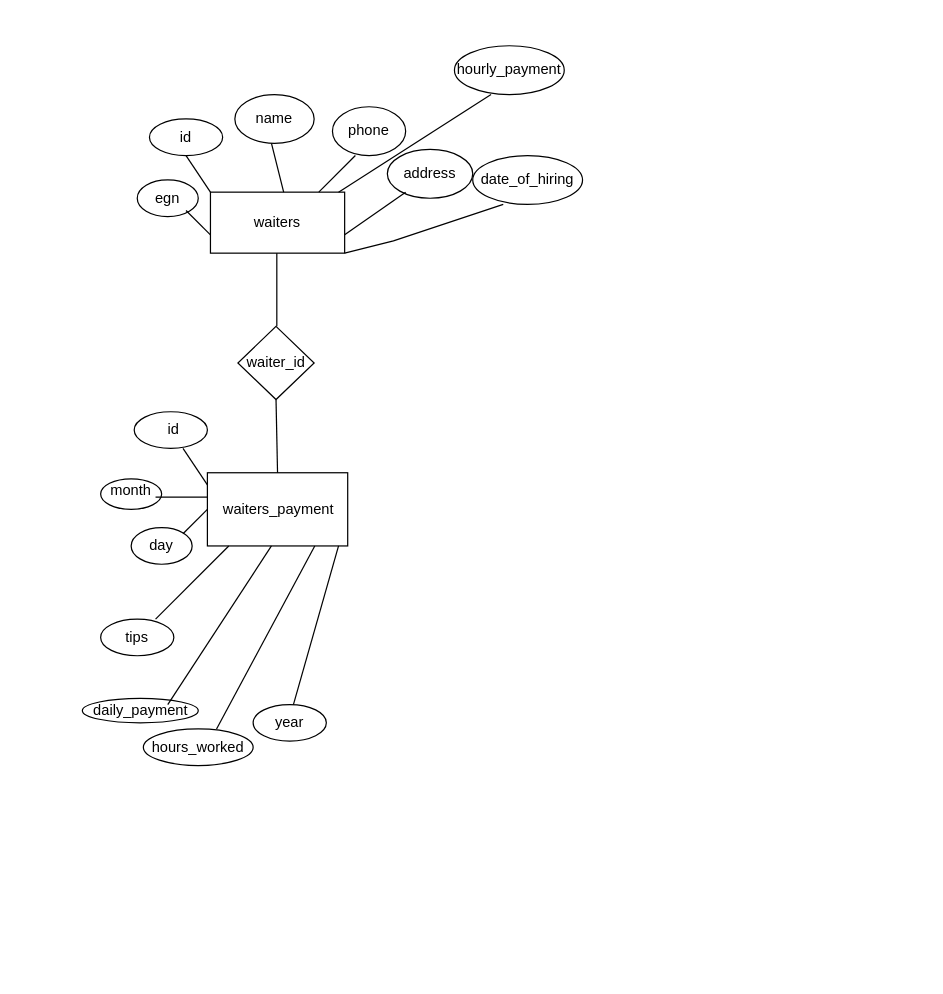
Earlier version of the draw.io diagram DBProject_ER.drawio (v-petrov/DBProject). Source tidied: cells renumbered, new cells numbered last; positions are measured from the earlier drawing's top-left corner, leaving out a move shared by most shapes. Both pictures are drawn from the tidied source at 122%, with x=0, y=0 at pixel (82, 45).
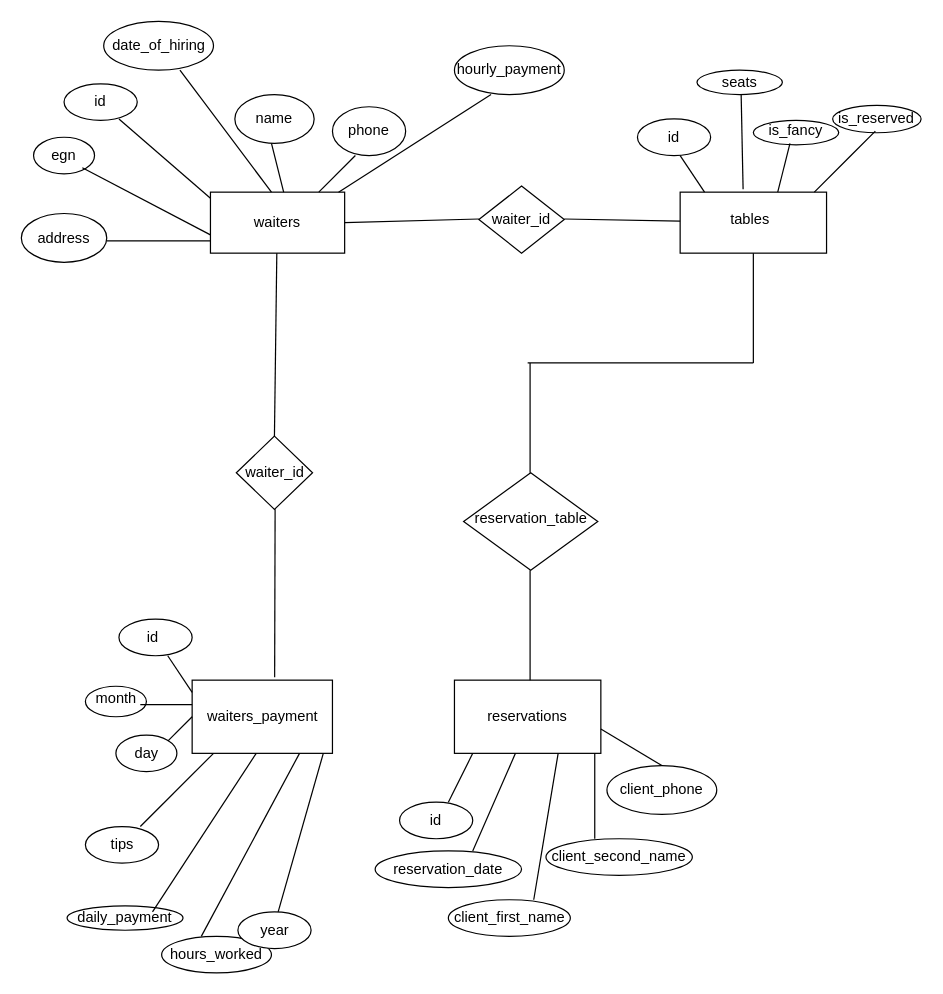
The same diagram, later.

Commit message:
tables and reservations update

Unchanged cells that the change refers to:
```xml
<mxCell id="2" style="rounded=0;whiteSpace=wrap;html=1;" parent="1" vertex="1">
  <mxGeometry x="105" y="120" width="110" height="50" as="geometry" />
</mxCell>
```

What changed in the source:
```diff
@@
     <mxCell id="4" style="endArrow=none;html=1;rounded=0;" parent="1" edge="1">
       <mxGeometry relative="1" as="geometry">
-        <mxPoint x="105" y="120" as="sourcePoint" />
-        <mxPoint x="85" y="90" as="targetPoint" />
+        <mxPoint x="105" y="125" as="sourcePoint" />
+        <mxPoint x="30" y="60" as="targetPoint" />
       </mxGeometry>
     </mxCell>
     <mxCell id="5" style="ellipse;whiteSpace=wrap;html=1;" parent="1" vertex="1">
-      <mxGeometry x="55" y="60" width="60" height="30" as="geometry" />
+      <mxGeometry x="-15" y="31.2" width="60" height="30" as="geometry" />
     </mxCell>
     <mxCell id="6" value="id" style="text;html=1;strokeColor=none;fillColor=none;align=center;verticalAlign=middle;whiteSpace=wrap;rounded=0;" parent="1" vertex="1">
-      <mxGeometry x="55" y="60" width="60" height="30" as="geometry" />
+      <mxGeometry x="-15" y="31.2" width="60" height="30" as="geometry" />
     </mxCell>
@@
     <mxCell id="9" style="ellipse;whiteSpace=wrap;html=1;" parent="1" vertex="1">
-      <mxGeometry x="45" y="110" width="50" height="30" as="geometry" />
+      <mxGeometry x="-40" y="75" width="50" height="30" as="geometry" />
     </mxCell>
     <mxCell id="10" style="ellipse;whiteSpace=wrap;html=1;" parent="1" vertex="1">
-      <mxGeometry x="250" y="85" width="70" height="40" as="geometry" />
+      <mxGeometry x="-50" y="137.5" width="70" height="40" as="geometry" />
     </mxCell>
     <mxCell id="11" style="ellipse;whiteSpace=wrap;html=1;" parent="1" vertex="1">
-      <mxGeometry x="320" y="90" width="90" height="40" as="geometry" />
+      <mxGeometry x="17.5" y="-20" width="90" height="40" as="geometry" />
     </mxCell>
@@
     <mxCell id="14" value="egn" style="text;html=1;strokeColor=none;fillColor=none;align=center;verticalAlign=middle;whiteSpace=wrap;rounded=0;" parent="1" vertex="1">
-      <mxGeometry x="40" y="112.5" width="60" height="25" as="geometry" />
+      <mxGeometry x="-45" y="77.5" width="60" height="25" as="geometry" />
     </mxCell>
@@
     <mxCell id="16" value="address" style="text;html=1;strokeColor=none;fillColor=none;align=center;verticalAlign=middle;whiteSpace=wrap;rounded=0;" parent="1" vertex="1">
-      <mxGeometry x="255" y="90" width="60" height="30" as="geometry" />
+      <mxGeometry x="-45" y="142.5" width="60" height="30" as="geometry" />
     </mxCell>
     <mxCell id="17" value="date_of_hiring" style="text;html=1;strokeColor=none;fillColor=none;align=center;verticalAlign=middle;whiteSpace=wrap;rounded=0;" parent="1" vertex="1">
-      <mxGeometry x="335" y="95" width="60" height="30" as="geometry" />
+      <mxGeometry x="32.5" y="-15" width="60" height="30" as="geometry" />
     </mxCell>
@@
     <mxCell id="21" style="endArrow=none;html=1;rounded=0;" parent="1" edge="1">
       <mxGeometry relative="1" as="geometry">
         <mxPoint x="105" y="155" as="sourcePoint" />
-        <mxPoint x="85" y="135" as="targetPoint" />
+        <mxPoint y="100" as="targetPoint" />
       </mxGeometry>
     </mxCell>
     <mxCell id="22" style="endArrow=none;html=1;rounded=0;" parent="1" edge="1">
       <mxGeometry relative="1" as="geometry">
-        <mxPoint x="215" y="155" as="sourcePoint" />
-        <mxPoint x="265" y="120" as="targetPoint" />
+        <mxPoint x="50" y="160" as="sourcePoint" />
+        <mxPoint x="105" y="160" as="targetPoint" />
+        <Array as="points">
+          <mxPoint x="20" y="160" />
+          <mxPoint x="50" y="160" />
+        </Array>
       </mxGeometry>
     </mxCell>
     <mxCell id="23" style="endArrow=none;html=1;rounded=0;" parent="1" edge="1">
       <mxGeometry relative="1" as="geometry">
-        <mxPoint x="215" y="170" as="sourcePoint" />
-        <mxPoint x="345" y="130" as="targetPoint" />
-        <Array as="points">
-          <mxPoint x="255" y="160" />
-        </Array>
+        <mxPoint x="80" y="20" as="sourcePoint" />
+        <mxPoint x="155" y="120" as="targetPoint" />
       </mxGeometry>
     </mxCell>
@@
     <mxCell id="25" style="rounded=0;whiteSpace=wrap;html=1;" parent="1" vertex="1">
-      <mxGeometry x="102.5" y="350" width="115" height="60" as="geometry" />
+      <mxGeometry x="90" y="520" width="115" height="60" as="geometry" />
     </mxCell>
     <mxCell id="26" value="waiters_payment" style="text;html=1;strokeColor=none;fillColor=none;align=center;verticalAlign=middle;whiteSpace=wrap;rounded=0;" parent="1" vertex="1">
-      <mxGeometry x="130.5" y="365" width="60" height="30" as="geometry" />
+      <mxGeometry x="118" y="535" width="60" height="30" as="geometry" />
     </mxCell>
     <mxCell id="27" style="rhombus;whiteSpace=wrap;html=1;" parent="1" vertex="1">
-      <mxGeometry x="127.5" y="230" width="62.5" height="60" as="geometry" />
+      <mxGeometry x="126.2" y="320" width="62.5" height="60" as="geometry" />
     </mxCell>
     <mxCell id="28" value="waiter_id" style="text;html=1;strokeColor=none;fillColor=none;align=center;verticalAlign=middle;whiteSpace=wrap;rounded=0;" parent="1" vertex="1">
-      <mxGeometry x="128.8" y="245" width="60" height="30" as="geometry" />
+      <mxGeometry x="127.5" y="335" width="60" height="30" as="geometry" />
     </mxCell>
-    <mxCell id="29" style="endArrow=none;html=1;rounded=0;" parent="1" edge="1">
+    <mxCell id="29" style="endArrow=none;html=1;rounded=0;exitX=0.5;exitY=0;exitDx=0;exitDy=0;" parent="1" edge="1" source="27">
       <mxGeometry relative="1" as="geometry">
-        <mxPoint x="159.4" y="230" as="sourcePoint" />
         <mxPoint x="159.4" y="170" as="targetPoint" />
       </mxGeometry>
     </mxCell>
-    <mxCell id="30" style="endArrow=none;html=1;rounded=0;entryX=0.5;entryY=1;entryDx=0;entryDy=0;" parent="1" edge="1" target="27">
+    <mxCell id="30" style="endArrow=none;html=1;rounded=0;exitX=0.588;exitY=-0.04;exitDx=0;exitDy=0;exitPerimeter=0;" parent="1" edge="1" source="25">
       <mxGeometry relative="1" as="geometry">
-        <mxPoint x="160" y="350" as="sourcePoint" />
+        <mxPoint x="158" y="380" as="targetPoint" />
       </mxGeometry>
     </mxCell>
     <mxCell id="31" style="ellipse;whiteSpace=wrap;html=1;" parent="1" vertex="1">
-      <mxGeometry x="50" y="560" width="90" height="30" as="geometry" />
+      <mxGeometry x="65" y="730" width="90" height="30" as="geometry" />
     </mxCell>
     <mxCell id="32" style="ellipse;whiteSpace=wrap;html=1;" parent="1" vertex="1">
-      <mxGeometry y="535" width="95" height="20" as="geometry" />
+      <mxGeometry x="-12.5" y="705" width="95" height="20" as="geometry" />
     </mxCell>
     <mxCell id="33" style="ellipse;whiteSpace=wrap;html=1;" parent="1" vertex="1">
-      <mxGeometry x="40" y="395" width="50" height="30" as="geometry" />
+      <mxGeometry x="27.5" y="565" width="50" height="30" as="geometry" />
     </mxCell>
     <mxCell id="34" style="ellipse;whiteSpace=wrap;html=1;" parent="1" vertex="1">
-      <mxGeometry x="140" y="540" width="60" height="30" as="geometry" />
+      <mxGeometry x="127.5" y="710" width="60" height="30" as="geometry" />
     </mxCell>
     <mxCell id="35" style="ellipse;whiteSpace=wrap;html=1;" parent="1" vertex="1">
-      <mxGeometry x="15" y="355" width="50" height="25" as="geometry" />
+      <mxGeometry x="2.5" y="525" width="50" height="25" as="geometry" />
     </mxCell>
     <mxCell id="36" style="ellipse;whiteSpace=wrap;html=1;" parent="1" vertex="1">
-      <mxGeometry x="15" y="470" width="60" height="30" as="geometry" />
+      <mxGeometry x="2.5" y="640" width="60" height="30" as="geometry" />
     </mxCell>
     <mxCell id="37" style="ellipse;whiteSpace=wrap;html=1;" parent="1" vertex="1">
-      <mxGeometry x="42.5" y="300" width="60" height="30" as="geometry" />
+      <mxGeometry x="30" y="470" width="60" height="30" as="geometry" />
     </mxCell>
     <mxCell id="38" value="id" style="text;html=1;strokeColor=none;fillColor=none;align=center;verticalAlign=middle;whiteSpace=wrap;rounded=0;" parent="1" vertex="1">
-      <mxGeometry x="45" y="300" width="60" height="30" as="geometry" />
+      <mxGeometry x="27.5" y="470" width="60" height="30" as="geometry" />
     </mxCell>
     <mxCell id="39" style="endArrow=none;html=1;rounded=0;" parent="1" edge="1">
       <mxGeometry relative="1" as="geometry">
-        <mxPoint x="102.5" y="360" as="sourcePoint" />
-        <mxPoint x="82.5" y="330" as="targetPoint" />
+        <mxPoint x="90" y="530" as="sourcePoint" />
+        <mxPoint x="70" y="500" as="targetPoint" />
       </mxGeometry>
     </mxCell>
     <mxCell id="40" value="month&lt;br&gt;" style="text;html=1;strokeColor=none;fillColor=none;align=center;verticalAlign=middle;whiteSpace=wrap;rounded=0;" parent="1" vertex="1">
-      <mxGeometry x="10" y="350" width="60" height="30" as="geometry" />
+      <mxGeometry x="-2.5" y="520" width="60" height="30" as="geometry" />
     </mxCell>
     <mxCell id="41" value="year" style="text;html=1;strokeColor=none;fillColor=none;align=center;verticalAlign=middle;whiteSpace=wrap;rounded=0;" parent="1" vertex="1">
-      <mxGeometry x="140" y="540" width="60" height="30" as="geometry" />
+      <mxGeometry x="127.5" y="710" width="60" height="30" as="geometry" />
     </mxCell>
     <mxCell id="42" value="day&lt;br&gt;" style="text;html=1;strokeColor=none;fillColor=none;align=center;verticalAlign=middle;whiteSpace=wrap;rounded=0;" parent="1" vertex="1">
-      <mxGeometry x="35" y="395" width="60" height="30" as="geometry" />
+      <mxGeometry x="22.5" y="565" width="60" height="30" as="geometry" />
     </mxCell>
     <mxCell id="43" value="tips" style="text;html=1;strokeColor=none;fillColor=none;align=center;verticalAlign=middle;whiteSpace=wrap;rounded=0;" parent="1" vertex="1">
-      <mxGeometry x="15" y="470" width="60" height="30" as="geometry" />
+      <mxGeometry x="2.5" y="640" width="60" height="30" as="geometry" />
     </mxCell>
     <mxCell id="44" value="hours_worked" style="text;html=1;strokeColor=none;fillColor=none;align=center;verticalAlign=middle;whiteSpace=wrap;rounded=0;" parent="1" vertex="1">
-      <mxGeometry x="65" y="560" width="60" height="30" as="geometry" />
+      <mxGeometry x="80" y="730" width="60" height="30" as="geometry" />
     </mxCell>
     <mxCell id="45" value="daily_payment" style="text;html=1;strokeColor=none;fillColor=none;align=center;verticalAlign=middle;whiteSpace=wrap;rounded=0;" parent="1" vertex="1">
-      <mxGeometry x="17.5" y="530" width="60" height="30" as="geometry" />
+      <mxGeometry x="5" y="700" width="60" height="30" as="geometry" />
     </mxCell>
     <mxCell id="46" style="endArrow=none;html=1;rounded=0;" parent="1" edge="1">
       <mxGeometry relative="1" as="geometry">
-        <mxPoint x="82.5" y="400" as="sourcePoint" />
-        <mxPoint x="102.5" y="380" as="targetPoint" />
+        <mxPoint x="70" y="570" as="sourcePoint" />
+        <mxPoint x="90" y="550" as="targetPoint" />
       </mxGeometry>
     </mxCell>
     <mxCell id="47" style="endArrow=none;html=1;rounded=0;" parent="1" edge="1">
       <mxGeometry relative="1" as="geometry">
-        <mxPoint x="60" y="470" as="sourcePoint" />
-        <mxPoint x="120" y="410" as="targetPoint" />
+        <mxPoint x="47.5" y="640" as="sourcePoint" />
+        <mxPoint x="107.5" y="580" as="targetPoint" />
       </mxGeometry>
     </mxCell>
     <mxCell id="48" style="endArrow=none;html=1;rounded=0;" parent="1" edge="1">
       <mxGeometry relative="1" as="geometry">
-        <mxPoint x="70" y="540" as="sourcePoint" />
-        <mxPoint x="155" y="410" as="targetPoint" />
+        <mxPoint x="57.5" y="710" as="sourcePoint" />
+        <mxPoint x="142.5" y="580" as="targetPoint" />
       </mxGeometry>
     </mxCell>
     <mxCell id="49" style="endArrow=none;html=1;rounded=0;" parent="1" edge="1">
       <mxGeometry relative="1" as="geometry">
-        <mxPoint x="173" y="540" as="sourcePoint" />
-        <mxPoint x="210" y="410" as="targetPoint" />
+        <mxPoint x="160.5" y="710" as="sourcePoint" />
+        <mxPoint x="197.5" y="580" as="targetPoint" />
       </mxGeometry>
     </mxCell>
     <mxCell id="50" style="endArrow=none;html=1;rounded=0;" parent="1" edge="1">
       <mxGeometry relative="1" as="geometry">
-        <mxPoint x="110" y="560" as="sourcePoint" />
-        <mxPoint x="190.5" y="410" as="targetPoint" />
+        <mxPoint x="97.5" y="730" as="sourcePoint" />
+        <mxPoint x="178" y="580" as="targetPoint" />
       </mxGeometry>
     </mxCell>
     <mxCell id="51" style="endArrow=none;html=1;rounded=0;" parent="1" edge="1">
       <mxGeometry relative="1" as="geometry">
-        <mxPoint x="60" y="370" as="sourcePoint" />
-        <mxPoint x="102.5" y="370" as="targetPoint" />
+        <mxPoint x="47.5" y="540" as="sourcePoint" />
+        <mxPoint x="90" y="540" as="targetPoint" />
       </mxGeometry>
     </mxCell>
+    <mxCell id="52" style="rounded=0;whiteSpace=wrap;html=1;" parent="1" vertex="1">
+      <mxGeometry x="490" y="120" width="120" height="50" as="geometry" />
+    </mxCell>
+    <mxCell id="53" value="tables" style="text;html=1;strokeColor=none;fillColor=none;align=center;verticalAlign=middle;whiteSpace=wrap;rounded=0;" parent="1" vertex="1">
+      <mxGeometry x="515" y="130" width="65" height="25" as="geometry" />
+    </mxCell>
+    <mxCell id="54" style="ellipse;whiteSpace=wrap;html=1;" parent="1" vertex="1">
+      <mxGeometry x="455" y="60" width="60" height="30" as="geometry" />
+    </mxCell>
+    <mxCell id="55" value="id" style="text;html=1;strokeColor=none;fillColor=none;align=center;verticalAlign=middle;whiteSpace=wrap;rounded=0;" parent="1" vertex="1">
+      <mxGeometry x="455" y="60" width="60" height="30" as="geometry" />
+    </mxCell>
+    <mxCell id="56" style="endArrow=none;html=1;rounded=0;" parent="1" edge="1">
+      <mxGeometry relative="1" as="geometry">
+        <mxPoint x="510" y="120" as="sourcePoint" />
+        <mxPoint x="490" y="90" as="targetPoint" />
+      </mxGeometry>
+    </mxCell>
+    <mxCell id="57" style="ellipse;whiteSpace=wrap;html=1;" parent="1" vertex="1">
+      <mxGeometry x="503.8" y="20" width="70" height="20" as="geometry" />
+    </mxCell>
+    <mxCell id="58" style="ellipse;whiteSpace=wrap;html=1;" parent="1" vertex="1">
+      <mxGeometry x="550" y="61.2" width="70" height="20" as="geometry" />
+    </mxCell>
+    <mxCell id="59" style="ellipse;whiteSpace=wrap;html=1;direction=south;" parent="1" vertex="1">
+      <mxGeometry x="615" y="48.8" width="72.5" height="22.5" as="geometry" />
+    </mxCell>
+    <mxCell id="60" value="seats" style="text;html=1;strokeColor=none;fillColor=none;align=center;verticalAlign=middle;whiteSpace=wrap;rounded=0;" parent="1" vertex="1">
+      <mxGeometry x="508.8" y="15" width="60" height="30" as="geometry" />
+    </mxCell>
+    <mxCell id="61" value="is_reserved" style="text;html=1;strokeColor=none;fillColor=none;align=center;verticalAlign=middle;whiteSpace=wrap;rounded=0;" parent="1" vertex="1">
+      <mxGeometry x="621.2" y="45" width="60" height="30" as="geometry" />
+    </mxCell>
+    <mxCell id="62" value="is_fancy&lt;br&gt;" style="text;html=1;strokeColor=none;fillColor=none;align=center;verticalAlign=middle;whiteSpace=wrap;rounded=0;" parent="1" vertex="1">
+      <mxGeometry x="555" y="55" width="60" height="30" as="geometry" />
+    </mxCell>
+    <mxCell id="63" style="endArrow=none;html=1;rounded=0;" parent="1" edge="1">
+      <mxGeometry relative="1" as="geometry">
+        <mxPoint x="570" y="120" as="sourcePoint" />
+        <mxPoint x="580" y="80" as="targetPoint" />
+        <Array as="points">
+          <mxPoint x="570" y="120" />
+        </Array>
+      </mxGeometry>
+    </mxCell>
+    <mxCell id="64" style="endArrow=none;html=1;rounded=0;exitX=0.43;exitY=-0.048;exitDx=0;exitDy=0;exitPerimeter=0;" parent="1" edge="1" source="52">
+      <mxGeometry relative="1" as="geometry">
+        <mxPoint x="540" y="40" as="targetPoint" />
+      </mxGeometry>
+    </mxCell>
+    <mxCell id="65" style="endArrow=none;html=1;rounded=0;" parent="1" edge="1">
+      <mxGeometry relative="1" as="geometry">
+        <mxPoint x="600" y="120" as="sourcePoint" />
+        <mxPoint x="630" y="90" as="targetPoint" />
+        <Array as="points">
+          <mxPoint x="630" y="90" />
+          <mxPoint x="650" y="70" />
+        </Array>
+      </mxGeometry>
+    </mxCell>
+    <mxCell id="66" style="rhombus;whiteSpace=wrap;html=1;" parent="1" vertex="1">
+      <mxGeometry x="325" y="115" width="70" height="55" as="geometry" />
+    </mxCell>
+    <mxCell id="67" value="waiter_id&lt;br&gt;" style="text;html=1;strokeColor=none;fillColor=none;align=center;verticalAlign=middle;whiteSpace=wrap;rounded=0;" parent="1" vertex="1">
+      <mxGeometry x="330" y="127.5" width="60" height="30" as="geometry" />
+    </mxCell>
+    <mxCell id="68" style="endArrow=none;html=1;rounded=0;exitX=1;exitY=0.5;exitDx=0;exitDy=0;" parent="1" edge="1" source="2">
+      <mxGeometry relative="1" as="geometry">
+        <mxPoint x="325" y="142" as="targetPoint" />
+      </mxGeometry>
+    </mxCell>
+    <mxCell id="69" style="endArrow=none;html=1;rounded=0;" parent="1" edge="1" target="52">
+      <mxGeometry relative="1" as="geometry">
+        <mxPoint x="395" y="142" as="sourcePoint" />
+      </mxGeometry>
+    </mxCell>
+    <mxCell id="70" style="rounded=0;whiteSpace=wrap;html=1;" parent="1" vertex="1">
+      <mxGeometry x="305" y="520" width="120" height="60" as="geometry" />
+    </mxCell>
+    <mxCell id="71" value="reservations&lt;br&gt;" style="text;html=1;strokeColor=none;fillColor=none;align=center;verticalAlign=middle;whiteSpace=wrap;rounded=0;" parent="1" vertex="1">
+      <mxGeometry x="335" y="535" width="60" height="30" as="geometry" />
+    </mxCell>
+    <mxCell id="72" style="ellipse;whiteSpace=wrap;html=1;" parent="1" vertex="1">
+      <mxGeometry x="260" y="620" width="60" height="30" as="geometry" />
+    </mxCell>
+    <mxCell id="73" value="id" style="text;html=1;strokeColor=none;fillColor=none;align=center;verticalAlign=middle;whiteSpace=wrap;rounded=0;" parent="1" vertex="1">
+      <mxGeometry x="260" y="620" width="60" height="30" as="geometry" />
+    </mxCell>
+    <mxCell id="74" style="endArrow=none;html=1;rounded=0;" parent="1" edge="1">
+      <mxGeometry relative="1" as="geometry">
+        <mxPoint x="300" y="620" as="sourcePoint" />
+        <mxPoint x="320" y="580" as="targetPoint" />
+      </mxGeometry>
+    </mxCell>
+    <mxCell id="75" style="ellipse;whiteSpace=wrap;html=1;" parent="1" vertex="1">
+      <mxGeometry x="430" y="590" width="90" height="40" as="geometry" />
+    </mxCell>
+    <mxCell id="76" style="ellipse;whiteSpace=wrap;html=1;" parent="1" vertex="1">
+      <mxGeometry x="300" y="700" width="100" height="30" as="geometry" />
+    </mxCell>
+    <mxCell id="77" style="ellipse;whiteSpace=wrap;html=1;" parent="1" vertex="1">
+      <mxGeometry x="380" y="650" width="120" height="30" as="geometry" />
+    </mxCell>
+    <mxCell id="78" style="ellipse;whiteSpace=wrap;html=1;" parent="1" vertex="1">
+      <mxGeometry x="240" y="660" width="120" height="30" as="geometry" />
+    </mxCell>
+    <mxCell id="79" value="client_phone" style="text;html=1;strokeColor=none;fillColor=none;align=center;verticalAlign=middle;whiteSpace=wrap;rounded=0;" parent="1" vertex="1">
+      <mxGeometry x="445" y="595" width="60" height="30" as="geometry" />
+    </mxCell>
+    <mxCell id="80" value="client_second_name" style="text;html=1;strokeColor=none;fillColor=none;align=center;verticalAlign=middle;whiteSpace=wrap;rounded=0;" parent="1" vertex="1">
+      <mxGeometry x="410" y="650" width="60" height="30" as="geometry" />
+    </mxCell>
+    <mxCell id="81" value="client_first_name" style="text;html=1;strokeColor=none;fillColor=none;align=center;verticalAlign=middle;whiteSpace=wrap;rounded=0;" parent="1" vertex="1">
+      <mxGeometry x="312.5" y="700" width="75" height="30" as="geometry" />
+    </mxCell>
+    <mxCell id="82" value="reservation_date" style="text;html=1;strokeColor=none;fillColor=none;align=center;verticalAlign=middle;whiteSpace=wrap;rounded=0;" parent="1" vertex="1">
+      <mxGeometry x="270" y="660" width="60" height="30" as="geometry" />
+    </mxCell>
+    <mxCell id="83" style="endArrow=none;html=1;rounded=0;" parent="1" edge="1">
+      <mxGeometry relative="1" as="geometry">
+        <mxPoint x="320" y="660" as="sourcePoint" />
+        <mxPoint x="355" y="580" as="targetPoint" />
+      </mxGeometry>
+    </mxCell>
+    <mxCell id="84" style="endArrow=none;html=1;rounded=0;" parent="1" edge="1">
+      <mxGeometry relative="1" as="geometry">
+        <mxPoint x="370" y="700" as="sourcePoint" />
+        <mxPoint x="390" y="580" as="targetPoint" />
+      </mxGeometry>
+    </mxCell>
+    <mxCell id="85" style="endArrow=none;html=1;rounded=0;" parent="1" edge="1">
+      <mxGeometry relative="1" as="geometry">
+        <mxPoint x="420" y="650" as="sourcePoint" />
+        <mxPoint x="420" y="580" as="targetPoint" />
+      </mxGeometry>
+    </mxCell>
+    <mxCell id="86" style="endArrow=none;html=1;rounded=0;" parent="1" edge="1">
+      <mxGeometry relative="1" as="geometry">
+        <mxPoint x="475" y="590" as="sourcePoint" />
+        <mxPoint x="425" y="560" as="targetPoint" />
+        <Array as="points">
+          <mxPoint x="475" y="590" />
+        </Array>
+      </mxGeometry>
+    </mxCell>
+    <mxCell id="87" style="rhombus;whiteSpace=wrap;html=1;" parent="1" vertex="1">
+      <mxGeometry x="312.5" y="350" width="110" height="80" as="geometry" />
+    </mxCell>
+    <mxCell id="88" value="reservation_table&lt;br&gt;" style="text;html=1;strokeColor=none;fillColor=none;align=center;verticalAlign=middle;whiteSpace=wrap;rounded=0;" parent="1" vertex="1">
+      <mxGeometry x="337.5" y="370" width="60" height="35" as="geometry" />
+    </mxCell>
+    <mxCell id="89" style="endArrow=none;html=1;rounded=0;" parent="1" edge="1">
+      <mxGeometry relative="1" as="geometry">
+        <mxPoint x="367" y="520" as="sourcePoint" />
+        <mxPoint x="367" y="430" as="targetPoint" />
+      </mxGeometry>
+    </mxCell>
+    <mxCell id="90" style="endArrow=none;html=1;rounded=0;" parent="1" edge="1">
+      <mxGeometry relative="1" as="geometry">
+        <mxPoint x="367" y="350" as="sourcePoint" />
+        <mxPoint x="367" y="260" as="targetPoint" />
+      </mxGeometry>
+    </mxCell>
+    <mxCell id="91" style="endArrow=none;html=1;rounded=0;" parent="1" edge="1">
+      <mxGeometry relative="1" as="geometry">
+        <mxPoint x="365" y="260" as="sourcePoint" />
+        <mxPoint x="550" y="260" as="targetPoint" />
+      </mxGeometry>
+    </mxCell>
+    <mxCell id="92" style="endArrow=none;html=1;rounded=0;" parent="1" edge="1">
+      <mxGeometry relative="1" as="geometry">
+        <mxPoint x="550" y="260" as="sourcePoint" />
+        <mxPoint x="550" y="170" as="targetPoint" />
+        <Array as="points">
+          <mxPoint x="550" y="190" />
+        </Array>
+      </mxGeometry>
+    </mxCell>
```
